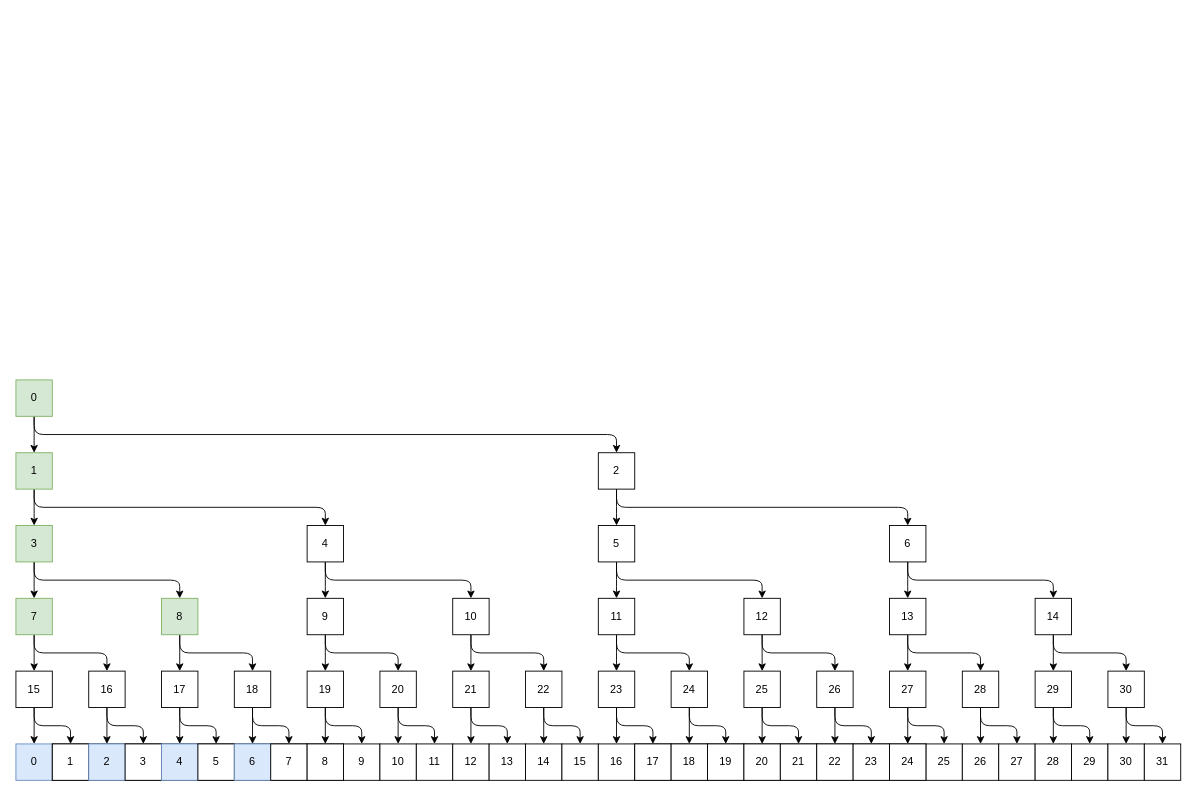
Before: day_18_hierarchy.drawio in Towkin/advent_of_code_2021, a draw.io diagram. Source tidied: cells renumbered, new cells numbered last; positions are measured from the earlier drawing's top-left corner, leaving out a move shared by most shapes. Both pictures are drawn from the tidied source at 91%, with x=0, y=0 at pixel (15, 379).
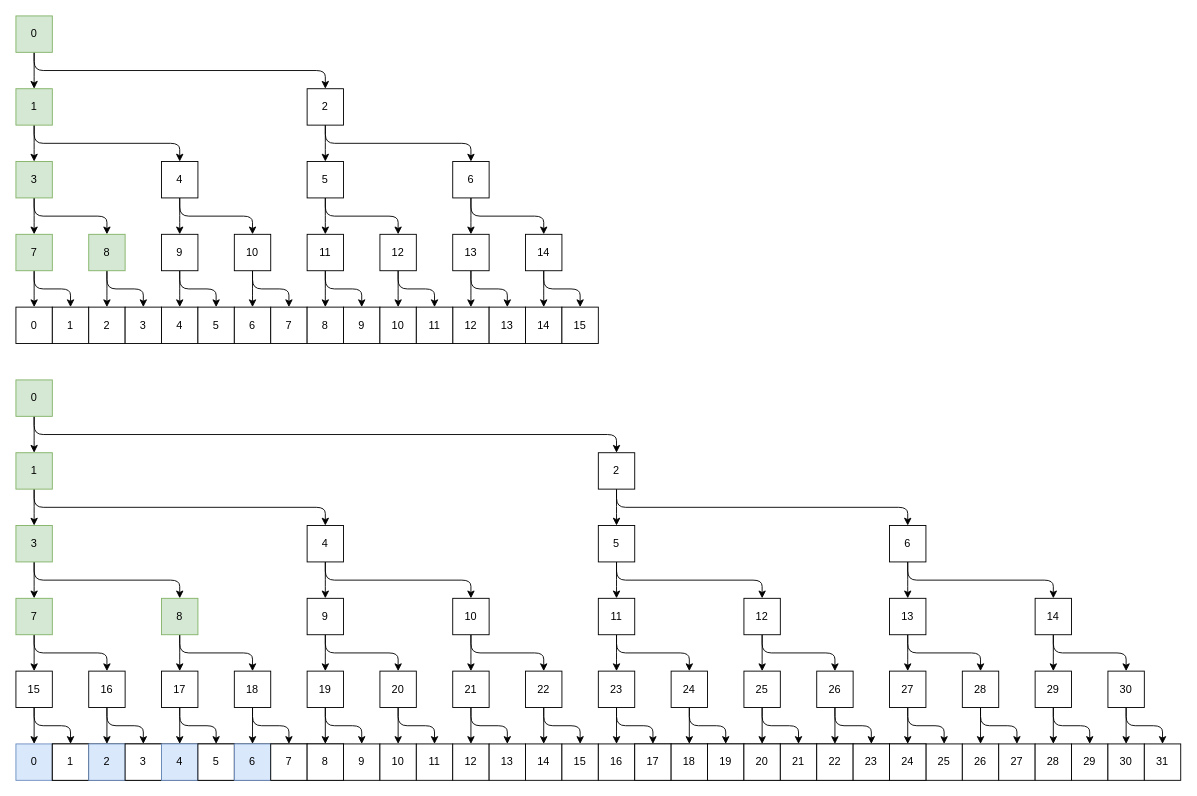
After the change.

Commit message (it also covers changes not shown here):
Day 18 full solution

Change to the diagram source:
```diff
@@
+    <mxCell id="143" style="edgeStyle=elbowEdgeStyle;rounded=1;jettySize=auto;elbow=vertical;html=1;" parent="1" edge="1" source="145">
+      <mxGeometry relative="1" as="geometry">
+        <mxPoint x="180" y="-160" as="targetPoint" />
+      </mxGeometry>
+    </mxCell>
+    <mxCell id="144" style="edgeStyle=elbowEdgeStyle;rounded=1;jettySize=auto;elbow=vertical;html=1;" parent="1" edge="1" source="145" target="151">
+      <mxGeometry relative="1" as="geometry" />
+    </mxCell>
+    <mxCell id="145" value="4" style="rounded=0;whiteSpace=wrap;html=1;" parent="1" vertex="1">
+      <mxGeometry x="160" y="-240" width="40" height="40" as="geometry" />
+    </mxCell>
+    <mxCell id="146" style="edgeStyle=elbowEdgeStyle;rounded=1;jettySize=auto;elbow=vertical;html=1;" parent="1" edge="1" source="148" target="152">
+      <mxGeometry relative="1" as="geometry" />
+    </mxCell>
+    <mxCell id="147" style="edgeStyle=elbowEdgeStyle;rounded=1;jettySize=auto;elbow=vertical;html=1;" parent="1" edge="1" source="148" target="153">
+      <mxGeometry relative="1" as="geometry" />
+    </mxCell>
+    <mxCell id="148" value="9" style="rounded=0;whiteSpace=wrap;html=1;" parent="1" vertex="1">
+      <mxGeometry x="160" y="-160" width="40" height="40" as="geometry" />
+    </mxCell>
+    <mxCell id="149" style="edgeStyle=elbowEdgeStyle;rounded=1;jettySize=auto;html=1;elbow=vertical;" parent="1" edge="1" source="151" target="154">
+      <mxGeometry relative="1" as="geometry" />
+    </mxCell>
+    <mxCell id="150" style="edgeStyle=elbowEdgeStyle;rounded=1;jettySize=auto;html=1;elbow=vertical;" parent="1" edge="1" source="151" target="155">
+      <mxGeometry relative="1" as="geometry" />
+    </mxCell>
+    <mxCell id="151" value="10" style="rounded=0;whiteSpace=wrap;html=1;" parent="1" vertex="1">
+      <mxGeometry x="240" y="-160" width="40" height="40" as="geometry" />
+    </mxCell>
+    <mxCell id="152" value="4" style="rounded=0;whiteSpace=wrap;html=1;" parent="1" vertex="1">
+      <mxGeometry x="160" y="-80" width="40" height="40" as="geometry" />
+    </mxCell>
+    <mxCell id="153" value="5" style="rounded=0;whiteSpace=wrap;html=1;" parent="1" vertex="1">
+      <mxGeometry x="200" y="-80" width="40" height="40" as="geometry" />
+    </mxCell>
+    <mxCell id="154" value="6" style="rounded=0;whiteSpace=wrap;html=1;" parent="1" vertex="1">
+      <mxGeometry x="240" y="-80" width="40" height="40" as="geometry" />
+    </mxCell>
+    <mxCell id="155" value="7" style="rounded=0;whiteSpace=wrap;html=1;" parent="1" vertex="1">
+      <mxGeometry x="280" y="-80" width="40" height="40" as="geometry" />
+    </mxCell>
+    <mxCell id="156" style="edgeStyle=elbowEdgeStyle;rounded=1;jettySize=auto;elbow=vertical;html=1;" parent="1" edge="1" source="158" target="161">
+      <mxGeometry relative="1" as="geometry" />
+    </mxCell>
+    <mxCell id="157" style="edgeStyle=elbowEdgeStyle;rounded=1;jettySize=auto;elbow=vertical;html=1;" parent="1" edge="1" source="158" target="164">
+      <mxGeometry relative="1" as="geometry" />
+    </mxCell>
+    <mxCell id="158" value="3" style="rounded=0;whiteSpace=wrap;html=1;fillColor=#d5e8d4;strokeColor=#82b366;" parent="1" vertex="1">
+      <mxGeometry y="-240" width="40" height="40" as="geometry" />
+    </mxCell>
+    <mxCell id="159" style="edgeStyle=elbowEdgeStyle;rounded=1;jettySize=auto;elbow=vertical;html=1;" parent="1" edge="1" source="161" target="165">
+      <mxGeometry relative="1" as="geometry" />
+    </mxCell>
+    <mxCell id="160" style="edgeStyle=elbowEdgeStyle;rounded=1;jettySize=auto;elbow=vertical;html=1;" parent="1" edge="1" source="161" target="166">
+      <mxGeometry relative="1" as="geometry" />
+    </mxCell>
+    <mxCell id="161" value="7" style="rounded=0;whiteSpace=wrap;html=1;fillColor=#d5e8d4;strokeColor=#82b366;" parent="1" vertex="1">
+      <mxGeometry y="-160" width="40" height="40" as="geometry" />
+    </mxCell>
+    <mxCell id="162" style="edgeStyle=elbowEdgeStyle;rounded=1;jettySize=auto;html=1;elbow=vertical;" parent="1" edge="1" source="164" target="167">
+      <mxGeometry relative="1" as="geometry" />
+    </mxCell>
+    <mxCell id="163" style="edgeStyle=elbowEdgeStyle;rounded=1;jettySize=auto;html=1;elbow=vertical;" parent="1" edge="1" source="164" target="168">
+      <mxGeometry relative="1" as="geometry" />
+    </mxCell>
+    <mxCell id="164" value="8" style="rounded=0;whiteSpace=wrap;html=1;fillColor=#d5e8d4;strokeColor=#82b366;" parent="1" vertex="1">
+      <mxGeometry x="80" y="-160" width="40" height="40" as="geometry" />
+    </mxCell>
+    <mxCell id="165" value="0" style="rounded=0;whiteSpace=wrap;html=1;" parent="1" vertex="1">
+      <mxGeometry y="-80" width="40" height="40" as="geometry" />
+    </mxCell>
+    <mxCell id="166" value="1" style="rounded=0;whiteSpace=wrap;html=1;" parent="1" vertex="1">
+      <mxGeometry x="40" y="-80" width="40" height="40" as="geometry" />
+    </mxCell>
+    <mxCell id="167" value="2" style="rounded=0;whiteSpace=wrap;html=1;" parent="1" vertex="1">
+      <mxGeometry x="80" y="-80" width="40" height="40" as="geometry" />
+    </mxCell>
+    <mxCell id="168" value="3" style="rounded=0;whiteSpace=wrap;html=1;" parent="1" vertex="1">
+      <mxGeometry x="120" y="-80" width="40" height="40" as="geometry" />
+    </mxCell>
+    <mxCell id="169" style="edgeStyle=elbowEdgeStyle;rounded=1;jettySize=auto;elbow=vertical;html=1;" parent="1" edge="1" source="171" target="145">
+      <mxGeometry relative="1" as="geometry" />
+    </mxCell>
+    <mxCell id="170" style="edgeStyle=elbowEdgeStyle;rounded=1;jettySize=auto;elbow=vertical;html=1;" parent="1" edge="1" source="171" target="158">
+      <mxGeometry relative="1" as="geometry" />
+    </mxCell>
+    <mxCell id="171" value="1" style="rounded=0;whiteSpace=wrap;html=1;fillColor=#d5e8d4;strokeColor=#82b366;" parent="1" vertex="1">
+      <mxGeometry y="-320" width="40" height="40" as="geometry" />
+    </mxCell>
+    <mxCell id="172" style="edgeStyle=elbowEdgeStyle;rounded=1;jettySize=auto;elbow=vertical;html=1;" parent="1" edge="1" source="174" target="177">
+      <mxGeometry relative="1" as="geometry" />
+    </mxCell>
+    <mxCell id="173" style="edgeStyle=elbowEdgeStyle;rounded=1;jettySize=auto;elbow=vertical;html=1;" parent="1" edge="1" source="174" target="180">
+      <mxGeometry relative="1" as="geometry" />
+    </mxCell>
+    <mxCell id="174" value="6" style="rounded=0;whiteSpace=wrap;html=1;" parent="1" vertex="1">
+      <mxGeometry x="480" y="-240" width="40" height="40" as="geometry" />
+    </mxCell>
+    <mxCell id="175" style="edgeStyle=elbowEdgeStyle;rounded=1;jettySize=auto;elbow=vertical;html=1;" parent="1" edge="1" source="177" target="181">
+      <mxGeometry relative="1" as="geometry" />
+    </mxCell>
+    <mxCell id="176" style="edgeStyle=elbowEdgeStyle;rounded=1;jettySize=auto;elbow=vertical;html=1;" parent="1" edge="1" source="177" target="182">
+      <mxGeometry relative="1" as="geometry" />
+    </mxCell>
+    <mxCell id="177" value="13" style="rounded=0;whiteSpace=wrap;html=1;" parent="1" vertex="1">
+      <mxGeometry x="480" y="-160" width="40" height="40" as="geometry" />
+    </mxCell>
+    <mxCell id="178" style="edgeStyle=elbowEdgeStyle;rounded=1;jettySize=auto;html=1;elbow=vertical;" parent="1" edge="1" source="180" target="183">
+      <mxGeometry relative="1" as="geometry" />
+    </mxCell>
+    <mxCell id="179" style="edgeStyle=elbowEdgeStyle;rounded=1;jettySize=auto;html=1;elbow=vertical;" parent="1" edge="1" source="180" target="184">
+      <mxGeometry relative="1" as="geometry" />
+    </mxCell>
+    <mxCell id="180" value="14" style="rounded=0;whiteSpace=wrap;html=1;" parent="1" vertex="1">
+      <mxGeometry x="560" y="-160" width="40" height="40" as="geometry" />
+    </mxCell>
+    <mxCell id="181" value="12" style="rounded=0;whiteSpace=wrap;html=1;" parent="1" vertex="1">
+      <mxGeometry x="480" y="-80" width="40" height="40" as="geometry" />
+    </mxCell>
+    <mxCell id="182" value="13" style="rounded=0;whiteSpace=wrap;html=1;" parent="1" vertex="1">
+      <mxGeometry x="520" y="-80" width="40" height="40" as="geometry" />
+    </mxCell>
+    <mxCell id="183" value="14" style="rounded=0;whiteSpace=wrap;html=1;" parent="1" vertex="1">
+      <mxGeometry x="560" y="-80" width="40" height="40" as="geometry" />
+    </mxCell>
+    <mxCell id="184" value="15" style="rounded=0;whiteSpace=wrap;html=1;" parent="1" vertex="1">
+      <mxGeometry x="600" y="-80" width="40" height="40" as="geometry" />
+    </mxCell>
+    <mxCell id="185" style="edgeStyle=elbowEdgeStyle;rounded=1;jettySize=auto;elbow=vertical;html=1;" parent="1" edge="1" source="187" target="190">
+      <mxGeometry relative="1" as="geometry" />
+    </mxCell>
+    <mxCell id="186" style="edgeStyle=elbowEdgeStyle;rounded=1;jettySize=auto;elbow=vertical;html=1;" parent="1" edge="1" source="187" target="193">
+      <mxGeometry relative="1" as="geometry" />
+    </mxCell>
+    <mxCell id="187" value="5" style="rounded=0;whiteSpace=wrap;html=1;" parent="1" vertex="1">
+      <mxGeometry x="320" y="-240" width="40" height="40" as="geometry" />
+    </mxCell>
+    <mxCell id="188" style="edgeStyle=elbowEdgeStyle;rounded=1;jettySize=auto;elbow=vertical;html=1;" parent="1" edge="1" source="190" target="194">
+      <mxGeometry relative="1" as="geometry" />
+    </mxCell>
+    <mxCell id="189" style="edgeStyle=elbowEdgeStyle;rounded=1;jettySize=auto;elbow=vertical;html=1;" parent="1" edge="1" source="190" target="195">
+      <mxGeometry relative="1" as="geometry" />
+    </mxCell>
+    <mxCell id="190" value="11" style="rounded=0;whiteSpace=wrap;html=1;" parent="1" vertex="1">
+      <mxGeometry x="320" y="-160" width="40" height="40" as="geometry" />
+    </mxCell>
+    <mxCell id="191" style="edgeStyle=elbowEdgeStyle;rounded=1;jettySize=auto;html=1;elbow=vertical;" parent="1" edge="1" source="193" target="196">
+      <mxGeometry relative="1" as="geometry" />
+    </mxCell>
+    <mxCell id="192" style="edgeStyle=elbowEdgeStyle;rounded=1;jettySize=auto;html=1;elbow=vertical;" parent="1" edge="1" source="193" target="197">
+      <mxGeometry relative="1" as="geometry" />
+    </mxCell>
+    <mxCell id="193" value="12" style="rounded=0;whiteSpace=wrap;html=1;" parent="1" vertex="1">
+      <mxGeometry x="400" y="-160" width="40" height="40" as="geometry" />
+    </mxCell>
+    <mxCell id="194" value="8" style="rounded=0;whiteSpace=wrap;html=1;" parent="1" vertex="1">
+      <mxGeometry x="320" y="-80" width="40" height="40" as="geometry" />
+    </mxCell>
+    <mxCell id="195" value="9" style="rounded=0;whiteSpace=wrap;html=1;" parent="1" vertex="1">
+      <mxGeometry x="360" y="-80" width="40" height="40" as="geometry" />
+    </mxCell>
+    <mxCell id="196" value="10" style="rounded=0;whiteSpace=wrap;html=1;" parent="1" vertex="1">
+      <mxGeometry x="400" y="-80" width="40" height="40" as="geometry" />
+    </mxCell>
+    <mxCell id="197" value="11" style="rounded=0;whiteSpace=wrap;html=1;" parent="1" vertex="1">
+      <mxGeometry x="440" y="-80" width="40" height="40" as="geometry" />
+    </mxCell>
+    <mxCell id="198" style="edgeStyle=elbowEdgeStyle;rounded=1;jettySize=auto;elbow=vertical;html=1;" parent="1" edge="1" source="200" target="174">
+      <mxGeometry relative="1" as="geometry" />
+    </mxCell>
+    <mxCell id="199" style="edgeStyle=elbowEdgeStyle;rounded=1;jettySize=auto;elbow=vertical;html=1;" parent="1" edge="1" source="200" target="187">
+      <mxGeometry relative="1" as="geometry" />
+    </mxCell>
+    <mxCell id="200" value="2" style="rounded=0;whiteSpace=wrap;html=1;" parent="1" vertex="1">
+      <mxGeometry x="320" y="-320" width="40" height="40" as="geometry" />
+    </mxCell>
+    <mxCell id="201" style="edgeStyle=elbowEdgeStyle;rounded=1;jettySize=auto;elbow=vertical;html=1;" parent="1" edge="1" source="203" target="171">
+      <mxGeometry relative="1" as="geometry" />
+    </mxCell>
+    <mxCell id="202" style="edgeStyle=elbowEdgeStyle;rounded=1;jettySize=auto;elbow=vertical;html=1;" parent="1" edge="1" source="203" target="200">
+      <mxGeometry relative="1" as="geometry" />
+    </mxCell>
+    <mxCell id="203" value="0" style="rounded=0;whiteSpace=wrap;html=1;fillColor=#d5e8d4;strokeColor=#82b366;" parent="1" vertex="1">
+      <mxGeometry y="-400" width="40" height="40" as="geometry" />
+    </mxCell>
```
